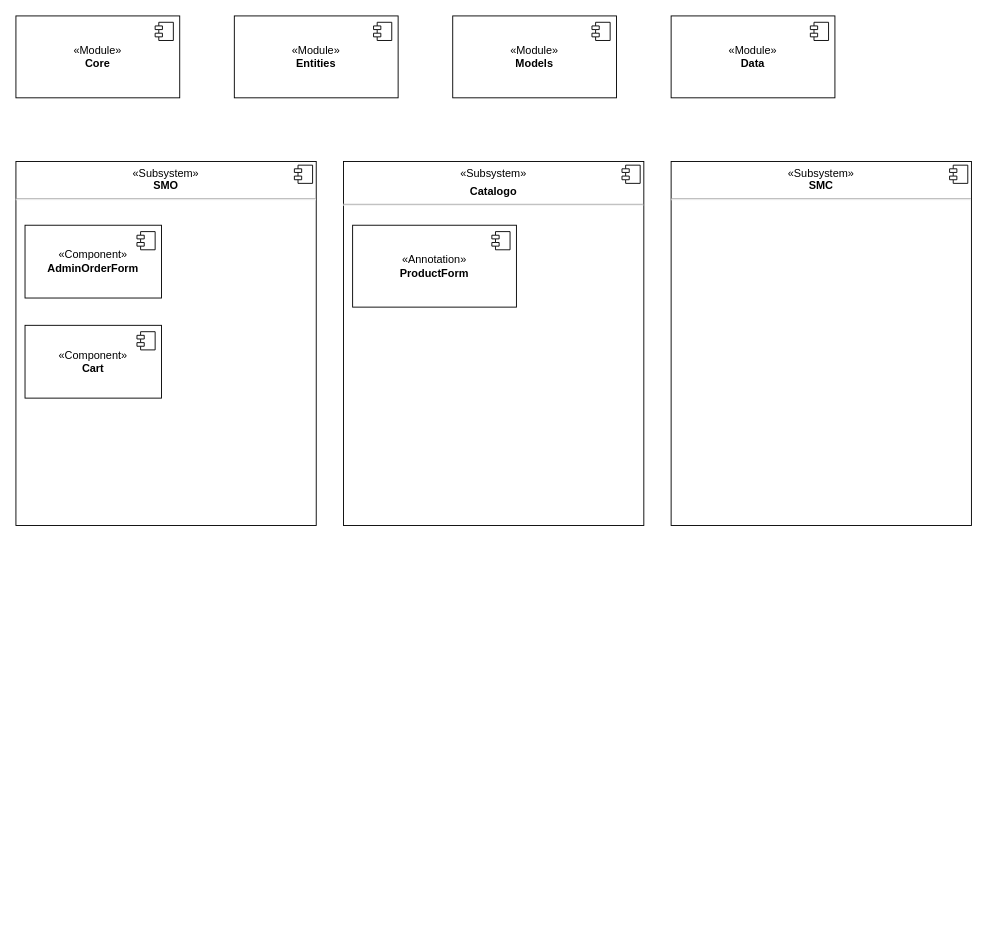
The draw.io diagram architecture.drawio in djose1164/cara, before the edit. Source tidied: cells renumbered, new cells numbered last; positions are measured from the earlier drawing's top-left corner, leaving out a move shared by most shapes. Both pictures are drawn from the tidied source at 91%, with x=0, y=0 at pixel (15, 15).
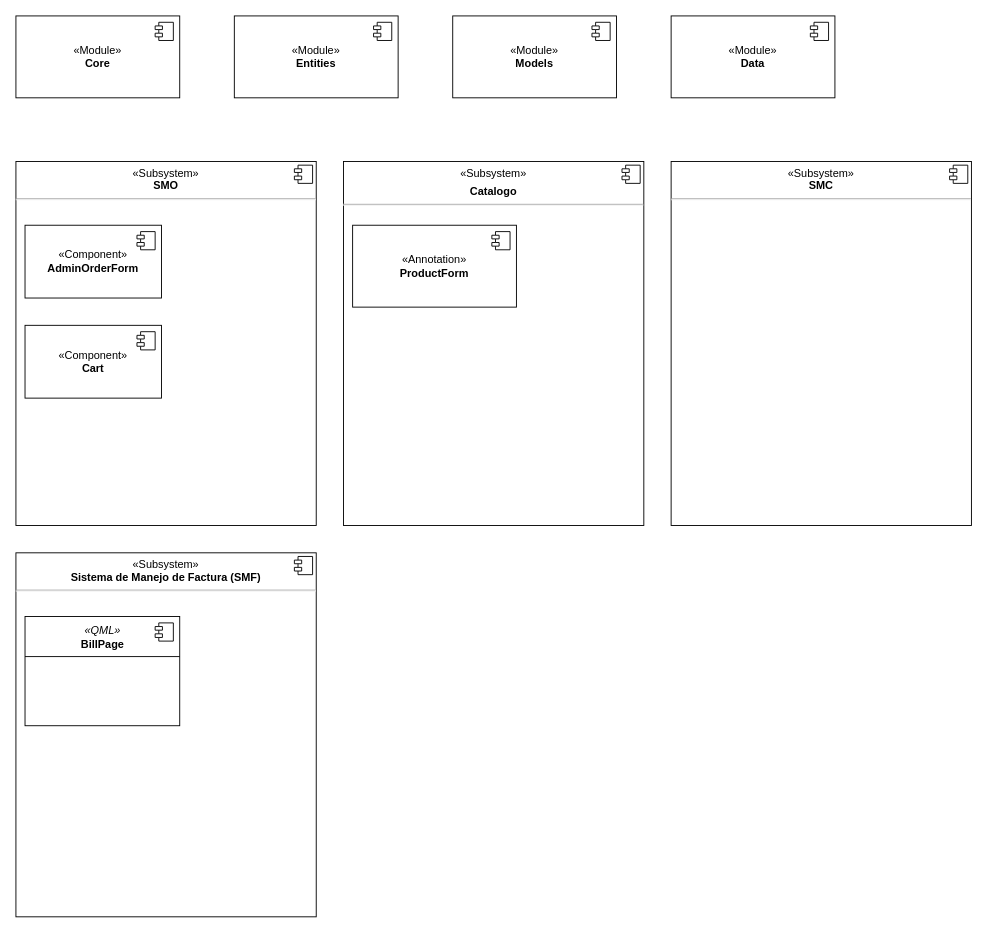
Above is the later version.

Diff of the diagram source:
```diff
@@
+    <mxCell id="23" value="&lt;p style=&quot;margin:0px;margin-top:6px;text-align:center;&quot;&gt;«Subsystem»&lt;br&gt;&lt;b&gt;Sistema de Manejo de Factura (SMF)&lt;/b&gt;&lt;/p&gt;&lt;hr&gt;&lt;p style=&quot;margin:0px;margin-left:8px;&quot;&gt;&lt;br&gt;&lt;/p&gt;" style="align=left;overflow=fill;html=1;whiteSpace=wrap;" parent="1" vertex="1">
+      <mxGeometry y="590" width="330" height="400" as="geometry" />
+    </mxCell>
+    <mxCell id="24" style="shape=component;jettyWidth=8;jettyHeight=4;" parent="23" vertex="1">
+      <mxGeometry x="1" width="20" height="20" relative="1" as="geometry">
+        <mxPoint x="-24" y="4" as="offset" />
+      </mxGeometry>
+    </mxCell>
+    <mxCell id="25" style="html=1;whiteSpace=wrap;" parent="1" vertex="1">
+      <mxGeometry x="10" y="660" width="170" height="120" as="geometry" />
+    </mxCell>
+    <mxCell id="26" style="shape=module;jettyWidth=8;jettyHeight=4;" parent="25" vertex="1">
+      <mxGeometry x="1" width="20" height="20" relative="1" as="geometry">
+        <mxPoint x="-27" y="7" as="offset" />
+      </mxGeometry>
+    </mxCell>
+    <mxCell id="27" style="line;strokeWidth=1;fillColor=none;align=left;verticalAlign=middle;spacingTop=-1;spacingLeft=3;spacingRight=3;labelPosition=right;strokeColor=inherit;" parent="1" vertex="1">
+      <mxGeometry x="10" y="700" width="170" height="8" as="geometry" />
+    </mxCell>
+    <mxCell id="28" value="&lt;span style=&quot;font-weight: normal;&quot;&gt;&lt;i&gt;«QML»&lt;/i&gt;&lt;/span&gt;&lt;br&gt;&lt;b&gt;BillPage&lt;/b&gt;" style="text;align=center;fontStyle=1;verticalAlign=middle;spacingLeft=3;spacingRight=3;strokeColor=none;html=1;" parent="1" vertex="1">
+      <mxGeometry x="55" y="670" width="80" height="26" as="geometry" />
+    </mxCell>
```
